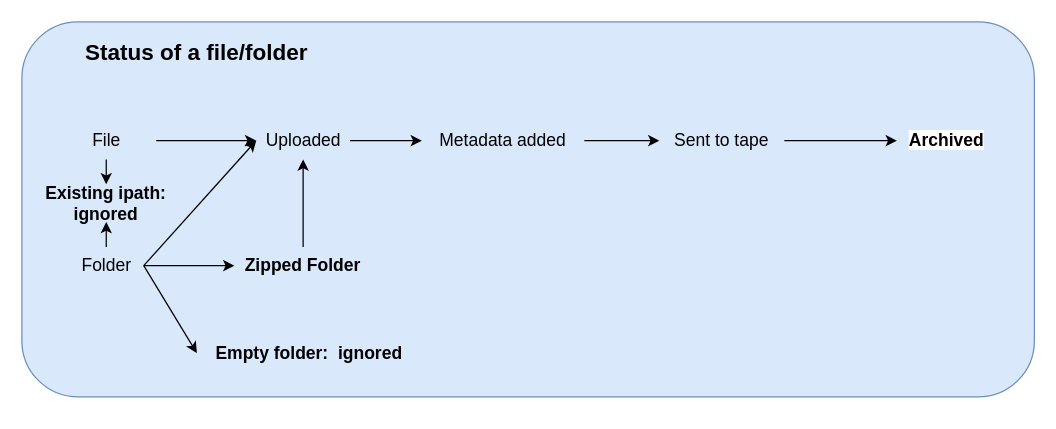
Before: docs/iRODS_uploader.drawio in JTvD/iRODS_ingest, a draw.io diagram. Source tidied: cells renumbered, new cells numbered last; positions are measured from the earlier drawing's top-left corner, leaving out a move shared by most shapes. Both pictures are drawn from the tidied source at 125%, with x=0, y=0 at pixel (21, 21).
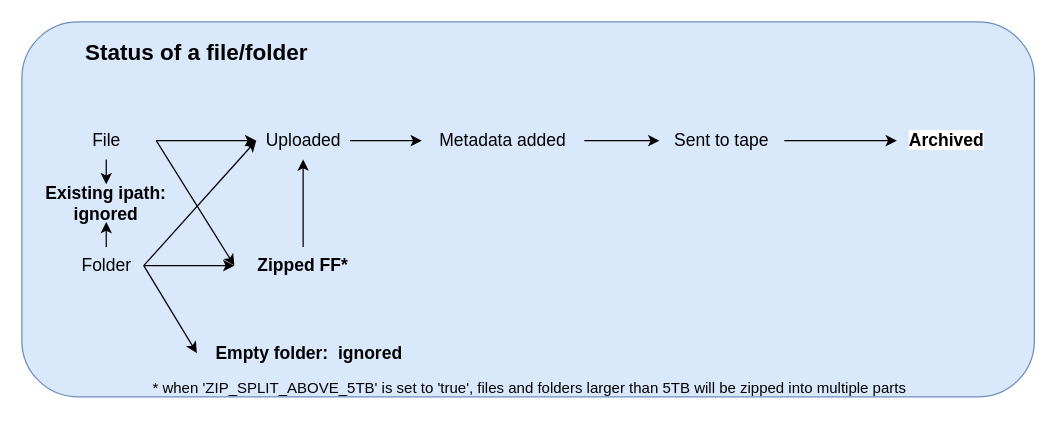
The same diagram, later.

Unchanged cells that the change refers to:
```xml
<mxCell id="5" value="File" style="text;html=1;align=center;verticalAlign=middle;whiteSpace=wrap;rounded=0;fontSize=14;" parent="1" vertex="1">
  <mxGeometry x="27.5" y="80" width="80" height="30" as="geometry" />
</mxCell>
```

The edit, as a diff of the source:
```diff
@@
-    <mxCell id="13" value="&lt;div style=&quot;font-size: 14px; line-height: 19px; white-space: pre;&quot;&gt;&lt;font face=&quot;Helvetica&quot;&gt;Zipped Folder&lt;/font&gt;&lt;/div&gt;" style="text;html=1;align=center;verticalAlign=middle;whiteSpace=wrap;rounded=0;fontSize=14;fontStyle=1;" parent="1" vertex="1">
+    <mxCell id="13" value="&lt;div style=&quot;font-size: 14px; line-height: 19px; white-space: pre;&quot;&gt;&lt;font face=&quot;Helvetica&quot;&gt;Zipped FF*&lt;/font&gt;&lt;/div&gt;" style="text;html=1;align=center;verticalAlign=middle;whiteSpace=wrap;rounded=0;fontSize=14;fontStyle=1;" parent="1" vertex="1">
       <mxGeometry x="170" y="180" width="110" height="30" as="geometry" />
     </mxCell>
@@
+    <mxCell id="23" value="* when 'ZIP_SPLIT_ABOVE_5TB' is set to 'true', files and folders larger than 5TB will be zipped into multiple parts&amp;nbsp;" style="text;html=1;align=center;verticalAlign=middle;whiteSpace=wrap;rounded=0;" parent="1" vertex="1">
+      <mxGeometry x="97.5" y="278" width="620" height="30" as="geometry" />
+    </mxCell>
+    <mxCell id="24" style="endArrow=classic;html=1;rounded=0;exitX=1;exitY=0.5;exitDx=0;exitDy=0;entryX=0;entryY=0.5;entryDx=0;entryDy=0;" parent="1" edge="1" source="5" target="13">
+      <mxGeometry relative="1" as="geometry" />
+    </mxCell>
```
